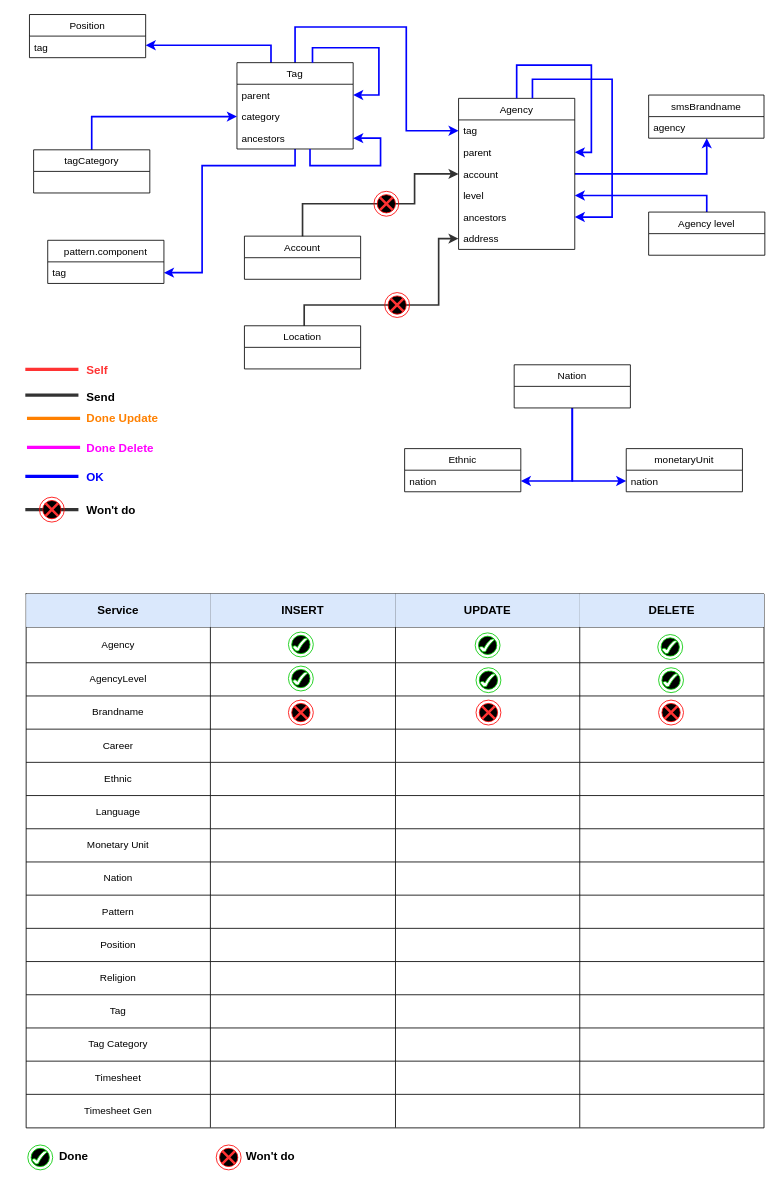
mitgaming/drawio keeps this draw.io diagram as directory.drawio. Above is the earlier version. Source tidied: cells renumbered, new cells numbered last; positions are measured from the earlier drawing's top-left corner, leaving out a move shared by most shapes. Both pictures are drawn from the tidied source at 83%, with x=0, y=0 at pixel (14, 14).
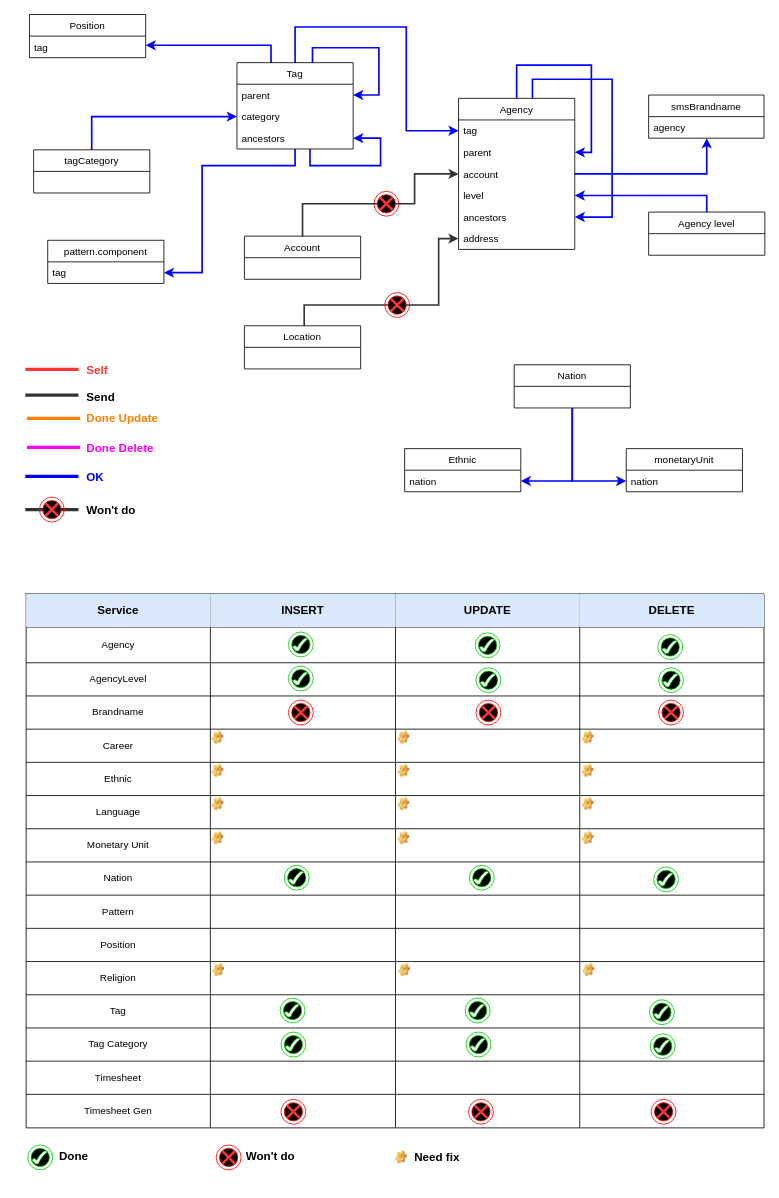
The same diagram, later.

Commit message (it also covers changes not shown here):
Cập nhật directory.drawio

Change to the diagram source:
```diff
@@
+    <mxCell id="211" style="group;" parent="1" vertex="1">
+      <mxGeometry x="309" y="1009" width="62" height="62" as="geometry" />
+    </mxCell>
+    <mxCell id="212" style="whiteSpace=wrap;html=1;fontSize=14;strokeColor=none;fillColor=none;" parent="211" vertex="1">
+      <mxGeometry width="62" height="62" as="geometry" />
+    </mxCell>
+    <mxCell id="213" style="group;" parent="211" vertex="1">
+      <mxGeometry x="16" y="16" width="30" height="30" as="geometry" />
+    </mxCell>
+    <mxCell id="214" style="group;" parent="213" vertex="1">
+      <mxGeometry width="30" height="30" as="geometry" />
+    </mxCell>
+    <mxCell id="215" style="ellipse;html=1;shape=endState;fillColor=#000000;fontColor=#FF00FF;align=left;strokeColor=#00CC00;" parent="214" vertex="1">
+      <mxGeometry width="30" height="30" as="geometry" />
+    </mxCell>
+    <mxCell id="216" style="verticalLabelPosition=bottom;verticalAlign=top;html=1;shape=mxgraph.basic.tick;strokeColor=#00CC00;fillColor=#FFFFFF;fontSize=14;" parent="214" vertex="1">
+      <mxGeometry x="5" y="7.2" width="18.2" height="15.8" as="geometry" />
+    </mxCell>
+    <mxCell id="217" style="group;" parent="1" vertex="1">
+      <mxGeometry x="532" y="1009" width="62" height="62" as="geometry" />
+    </mxCell>
+    <mxCell id="218" style="whiteSpace=wrap;html=1;fontSize=14;strokeColor=none;fillColor=none;" parent="217" vertex="1">
+      <mxGeometry width="62" height="62" as="geometry" />
+    </mxCell>
+    <mxCell id="219" style="group;" parent="217" vertex="1">
+      <mxGeometry x="16" y="16" width="30" height="30" as="geometry" />
+    </mxCell>
+    <mxCell id="220" style="group;" parent="219" vertex="1">
+      <mxGeometry width="30" height="30" as="geometry" />
+    </mxCell>
+    <mxCell id="221" style="ellipse;html=1;shape=endState;fillColor=#000000;fontColor=#FF00FF;align=left;strokeColor=#00CC00;" parent="220" vertex="1">
+      <mxGeometry width="30" height="30" as="geometry" />
+    </mxCell>
+    <mxCell id="222" style="verticalLabelPosition=bottom;verticalAlign=top;html=1;shape=mxgraph.basic.tick;strokeColor=#00CC00;fillColor=#FFFFFF;fontSize=14;" parent="220" vertex="1">
+      <mxGeometry x="5" y="7.2" width="18.2" height="15.8" as="geometry" />
+    </mxCell>
+    <mxCell id="223" style="group;" parent="1" vertex="1">
+      <mxGeometry x="754" y="1011" width="62" height="62" as="geometry" />
+    </mxCell>
+    <mxCell id="224" style="whiteSpace=wrap;html=1;fontSize=14;strokeColor=none;fillColor=none;" parent="223" vertex="1">
+      <mxGeometry width="62" height="62" as="geometry" />
+    </mxCell>
+    <mxCell id="225" style="group;" parent="223" vertex="1">
+      <mxGeometry x="16" y="16" width="30" height="30" as="geometry" />
+    </mxCell>
+    <mxCell id="226" style="group;" parent="225" vertex="1">
+      <mxGeometry width="30" height="30" as="geometry" />
+    </mxCell>
+    <mxCell id="227" style="ellipse;html=1;shape=endState;fillColor=#000000;fontColor=#FF00FF;align=left;strokeColor=#00CC00;" parent="226" vertex="1">
+      <mxGeometry width="30" height="30" as="geometry" />
+    </mxCell>
+    <mxCell id="228" style="verticalLabelPosition=bottom;verticalAlign=top;html=1;shape=mxgraph.basic.tick;strokeColor=#00CC00;fillColor=#FFFFFF;fontSize=14;" parent="226" vertex="1">
+      <mxGeometry x="5" y="7.2" width="18.2" height="15.8" as="geometry" />
+    </mxCell>
+    <mxCell id="229" style="shape=image;html=1;verticalLabelPosition=bottom;verticalAlign=top;imageAspect=1;image=img/clipart/Gear_128x128.png;strokeColor=#00CC00;fillColor=none;fontSize=14;" parent="1" vertex="1">
+      <mxGeometry x="238" y="863" width="14" height="16.4" as="geometry" />
+    </mxCell>
+    <mxCell id="230" style="shape=image;html=1;verticalLabelPosition=bottom;verticalAlign=top;imageAspect=1;image=img/clipart/Gear_128x128.png;strokeColor=#00CC00;fillColor=none;fontSize=14;" parent="1" vertex="1">
+      <mxGeometry x="462" y="863" width="14" height="16.4" as="geometry" />
+    </mxCell>
+    <mxCell id="231" style="shape=image;html=1;verticalLabelPosition=bottom;verticalAlign=top;imageAspect=1;image=img/clipart/Gear_128x128.png;strokeColor=#00CC00;fillColor=none;fontSize=14;" parent="1" vertex="1">
+      <mxGeometry x="684" y="863" width="14" height="16.4" as="geometry" />
+    </mxCell>
+    <mxCell id="232" style="shape=image;html=1;verticalLabelPosition=bottom;verticalAlign=top;imageAspect=1;image=img/clipart/Gear_128x128.png;strokeColor=#00CC00;fillColor=none;fontSize=14;" parent="1" vertex="1">
+      <mxGeometry x="684" y="903" width="14" height="16.4" as="geometry" />
+    </mxCell>
+    <mxCell id="233" style="shape=image;html=1;verticalLabelPosition=bottom;verticalAlign=top;imageAspect=1;image=img/clipart/Gear_128x128.png;strokeColor=#00CC00;fillColor=none;fontSize=14;" parent="1" vertex="1">
+      <mxGeometry x="462" y="903" width="14" height="16.4" as="geometry" />
+    </mxCell>
+    <mxCell id="234" style="shape=image;html=1;verticalLabelPosition=bottom;verticalAlign=top;imageAspect=1;image=img/clipart/Gear_128x128.png;strokeColor=#00CC00;fillColor=none;fontSize=14;" parent="1" vertex="1">
+      <mxGeometry x="238" y="903" width="14" height="16.4" as="geometry" />
+    </mxCell>
+    <mxCell id="235" style="shape=image;html=1;verticalLabelPosition=bottom;verticalAlign=top;imageAspect=1;image=img/clipart/Gear_128x128.png;strokeColor=#00CC00;fillColor=none;fontSize=14;" parent="1" vertex="1">
+      <mxGeometry x="684" y="943" width="14" height="16.4" as="geometry" />
+    </mxCell>
+    <mxCell id="236" style="shape=image;html=1;verticalLabelPosition=bottom;verticalAlign=top;imageAspect=1;image=img/clipart/Gear_128x128.png;strokeColor=#00CC00;fillColor=none;fontSize=14;" parent="1" vertex="1">
+      <mxGeometry x="462" y="943" width="14" height="16.4" as="geometry" />
+    </mxCell>
+    <mxCell id="237" style="shape=image;html=1;verticalLabelPosition=bottom;verticalAlign=top;imageAspect=1;image=img/clipart/Gear_128x128.png;strokeColor=#00CC00;fillColor=none;fontSize=14;" parent="1" vertex="1">
+      <mxGeometry x="238" y="943" width="14" height="16.4" as="geometry" />
+    </mxCell>
+    <mxCell id="238" style="shape=image;html=1;verticalLabelPosition=bottom;verticalAlign=top;imageAspect=1;image=img/clipart/Gear_128x128.png;strokeColor=#00CC00;fillColor=none;fontSize=14;" parent="1" vertex="1">
+      <mxGeometry x="684" y="984" width="14" height="16.4" as="geometry" />
+    </mxCell>
+    <mxCell id="239" style="shape=image;html=1;verticalLabelPosition=bottom;verticalAlign=top;imageAspect=1;image=img/clipart/Gear_128x128.png;strokeColor=#00CC00;fillColor=none;fontSize=14;" parent="1" vertex="1">
+      <mxGeometry x="462" y="984" width="14" height="16.4" as="geometry" />
+    </mxCell>
+    <mxCell id="240" style="shape=image;html=1;verticalLabelPosition=bottom;verticalAlign=top;imageAspect=1;image=img/clipart/Gear_128x128.png;strokeColor=#00CC00;fillColor=none;fontSize=14;" parent="1" vertex="1">
+      <mxGeometry x="238" y="984" width="14" height="16.4" as="geometry" />
+    </mxCell>
+    <mxCell id="241" style="group;" parent="1" vertex="1">
+      <mxGeometry x="304" y="1169" width="62" height="62" as="geometry" />
+    </mxCell>
+    <mxCell id="242" style="whiteSpace=wrap;html=1;fontSize=14;strokeColor=none;fillColor=none;" parent="241" vertex="1">
+      <mxGeometry width="62" height="62" as="geometry" />
+    </mxCell>
+    <mxCell id="243" style="group;" parent="241" vertex="1">
+      <mxGeometry x="16" y="16" width="30" height="30" as="geometry" />
+    </mxCell>
+    <mxCell id="244" style="group;" parent="243" vertex="1">
+      <mxGeometry width="30" height="30" as="geometry" />
+    </mxCell>
+    <mxCell id="245" style="ellipse;html=1;shape=endState;fillColor=#000000;fontColor=#FF00FF;align=left;strokeColor=#00CC00;" parent="244" vertex="1">
+      <mxGeometry width="30" height="30" as="geometry" />
+    </mxCell>
+    <mxCell id="246" style="verticalLabelPosition=bottom;verticalAlign=top;html=1;shape=mxgraph.basic.tick;strokeColor=#00CC00;fillColor=#FFFFFF;fontSize=14;" parent="244" vertex="1">
+      <mxGeometry x="5" y="7.2" width="18.2" height="15.8" as="geometry" />
+    </mxCell>
+    <mxCell id="247" style="group;" parent="1" vertex="1">
+      <mxGeometry x="527" y="1169" width="62" height="62" as="geometry" />
+    </mxCell>
+    <mxCell id="248" style="whiteSpace=wrap;html=1;fontSize=14;strokeColor=none;fillColor=none;" parent="247" vertex="1">
+      <mxGeometry width="62" height="62" as="geometry" />
+    </mxCell>
+    <mxCell id="249" style="group;" parent="247" vertex="1">
+      <mxGeometry x="16" y="16" width="30" height="30" as="geometry" />
+    </mxCell>
+    <mxCell id="250" style="group;" parent="249" vertex="1">
+      <mxGeometry width="30" height="30" as="geometry" />
+    </mxCell>
+    <mxCell id="251" style="ellipse;html=1;shape=endState;fillColor=#000000;fontColor=#FF00FF;align=left;strokeColor=#00CC00;" parent="250" vertex="1">
+      <mxGeometry width="30" height="30" as="geometry" />
+    </mxCell>
+    <mxCell id="252" style="verticalLabelPosition=bottom;verticalAlign=top;html=1;shape=mxgraph.basic.tick;strokeColor=#00CC00;fillColor=#FFFFFF;fontSize=14;" parent="250" vertex="1">
+      <mxGeometry x="5" y="7.2" width="18.2" height="15.8" as="geometry" />
+    </mxCell>
+    <mxCell id="253" style="group;" parent="1" vertex="1">
+      <mxGeometry x="749" y="1171" width="62" height="62" as="geometry" />
+    </mxCell>
+    <mxCell id="254" style="whiteSpace=wrap;html=1;fontSize=14;strokeColor=none;fillColor=none;" parent="253" vertex="1">
+      <mxGeometry width="62" height="62" as="geometry" />
+    </mxCell>
+    <mxCell id="255" style="group;" parent="253" vertex="1">
+      <mxGeometry x="16" y="16" width="30" height="30" as="geometry" />
+    </mxCell>
+    <mxCell id="256" style="group;" parent="255" vertex="1">
+      <mxGeometry width="30" height="30" as="geometry" />
+    </mxCell>
+    <mxCell id="257" style="ellipse;html=1;shape=endState;fillColor=#000000;fontColor=#FF00FF;align=left;strokeColor=#00CC00;" parent="256" vertex="1">
+      <mxGeometry width="30" height="30" as="geometry" />
+    </mxCell>
+    <mxCell id="258" style="verticalLabelPosition=bottom;verticalAlign=top;html=1;shape=mxgraph.basic.tick;strokeColor=#00CC00;fillColor=#FFFFFF;fontSize=14;" parent="256" vertex="1">
+      <mxGeometry x="5" y="7.2" width="18.2" height="15.8" as="geometry" />
+    </mxCell>
+    <mxCell id="259" style="group;" parent="1" vertex="1">
+      <mxGeometry x="305" y="1210" width="62" height="62" as="geometry" />
+    </mxCell>
+    <mxCell id="260" style="whiteSpace=wrap;html=1;fontSize=14;strokeColor=none;fillColor=none;" parent="259" vertex="1">
+      <mxGeometry width="62" height="62" as="geometry" />
+    </mxCell>
+    <mxCell id="261" style="group;" parent="259" vertex="1">
+      <mxGeometry x="16" y="16" width="30" height="30" as="geometry" />
+    </mxCell>
+    <mxCell id="262" style="group;" parent="261" vertex="1">
+      <mxGeometry width="30" height="30" as="geometry" />
+    </mxCell>
+    <mxCell id="263" style="ellipse;html=1;shape=endState;fillColor=#000000;fontColor=#FF00FF;align=left;strokeColor=#00CC00;" parent="262" vertex="1">
+      <mxGeometry width="30" height="30" as="geometry" />
+    </mxCell>
+    <mxCell id="264" style="verticalLabelPosition=bottom;verticalAlign=top;html=1;shape=mxgraph.basic.tick;strokeColor=#00CC00;fillColor=#FFFFFF;fontSize=14;" parent="262" vertex="1">
+      <mxGeometry x="5" y="7.2" width="18.2" height="15.8" as="geometry" />
+    </mxCell>
+    <mxCell id="265" style="group;" parent="1" vertex="1">
+      <mxGeometry x="528" y="1210" width="62" height="62" as="geometry" />
+    </mxCell>
+    <mxCell id="266" style="whiteSpace=wrap;html=1;fontSize=14;strokeColor=none;fillColor=none;" parent="265" vertex="1">
+      <mxGeometry width="62" height="62" as="geometry" />
+    </mxCell>
+    <mxCell id="267" style="group;" parent="265" vertex="1">
+      <mxGeometry x="16" y="16" width="30" height="30" as="geometry" />
+    </mxCell>
+    <mxCell id="268" style="group;" parent="267" vertex="1">
+      <mxGeometry width="30" height="30" as="geometry" />
+    </mxCell>
+    <mxCell id="269" style="ellipse;html=1;shape=endState;fillColor=#000000;fontColor=#FF00FF;align=left;strokeColor=#00CC00;" parent="268" vertex="1">
+      <mxGeometry width="30" height="30" as="geometry" />
+    </mxCell>
+    <mxCell id="270" style="verticalLabelPosition=bottom;verticalAlign=top;html=1;shape=mxgraph.basic.tick;strokeColor=#00CC00;fillColor=#FFFFFF;fontSize=14;" parent="268" vertex="1">
+      <mxGeometry x="5" y="7.2" width="18.2" height="15.8" as="geometry" />
+    </mxCell>
+    <mxCell id="271" style="group;" parent="1" vertex="1">
+      <mxGeometry x="750" y="1212" width="62" height="62" as="geometry" />
+    </mxCell>
+    <mxCell id="272" style="whiteSpace=wrap;html=1;fontSize=14;strokeColor=none;fillColor=none;" parent="271" vertex="1">
+      <mxGeometry width="62" height="62" as="geometry" />
+    </mxCell>
+    <mxCell id="273" style="group;" parent="271" vertex="1">
+      <mxGeometry x="16" y="16" width="30" height="30" as="geometry" />
+    </mxCell>
+    <mxCell id="274" style="group;" parent="273" vertex="1">
+      <mxGeometry width="30" height="30" as="geometry" />
+    </mxCell>
+    <mxCell id="275" style="ellipse;html=1;shape=endState;fillColor=#000000;fontColor=#FF00FF;align=left;strokeColor=#00CC00;" parent="274" vertex="1">
+      <mxGeometry width="30" height="30" as="geometry" />
+    </mxCell>
+    <mxCell id="276" style="verticalLabelPosition=bottom;verticalAlign=top;html=1;shape=mxgraph.basic.tick;strokeColor=#00CC00;fillColor=#FFFFFF;fontSize=14;" parent="274" vertex="1">
+      <mxGeometry x="5" y="7.2" width="18.2" height="15.8" as="geometry" />
+    </mxCell>
+    <mxCell id="277" style="shape=image;html=1;verticalLabelPosition=bottom;verticalAlign=top;imageAspect=1;image=img/clipart/Gear_128x128.png;strokeColor=#00CC00;fillColor=none;fontSize=14;" parent="1" vertex="1">
+      <mxGeometry x="459" y="1368.8" width="14" height="16.4" as="geometry" />
+    </mxCell>
+    <mxCell id="278" value="&lt;span style=&quot;font-size: 14px&quot;&gt;&lt;b&gt;Need fix&lt;/b&gt;&lt;/span&gt;" style="text;html=1;align=left;verticalAlign=middle;" parent="1" vertex="1">
+      <mxGeometry x="480" y="1367.5" width="64" height="19" as="geometry" />
+    </mxCell>
+    <mxCell id="279" style="group;" parent="1" vertex="1">
+      <mxGeometry x="321" y="1307" width="46" height="46" as="geometry" />
+    </mxCell>
+    <mxCell id="280" style="group;" parent="279" vertex="1">
+      <mxGeometry width="46" height="46" as="geometry" />
+    </mxCell>
+    <mxCell id="281" style="ellipse;html=1;shape=endState;fillColor=#000000;strokeColor=#ff0000;fontColor=#FF00FF;align=left;" parent="280" vertex="1">
+      <mxGeometry width="30" height="30" as="geometry" />
+    </mxCell>
+    <mxCell id="282" style="shape=umlDestroy;whiteSpace=wrap;html=1;strokeWidth=3;fontColor=#FF00FF;align=left;strokeColor=#FF3333;" parent="280" vertex="1">
+      <mxGeometry x="7.2" y="7.2" width="15.5" height="15.5" as="geometry" />
+    </mxCell>
+    <mxCell id="283" style="whiteSpace=wrap;html=1;fontSize=14;strokeColor=none;fillColor=none;" parent="280" vertex="1">
+      <mxGeometry x="-16" y="-16" width="62" height="62" as="geometry" />
+    </mxCell>
+    <mxCell id="284" style="group;" parent="1" vertex="1">
+      <mxGeometry x="547" y="1307" width="46" height="46" as="geometry" />
+    </mxCell>
+    <mxCell id="285" style="group;" parent="284" vertex="1">
+      <mxGeometry width="46" height="46" as="geometry" />
+    </mxCell>
+    <mxCell id="286" style="ellipse;html=1;shape=endState;fillColor=#000000;strokeColor=#ff0000;fontColor=#FF00FF;align=left;" parent="285" vertex="1">
+      <mxGeometry width="30" height="30" as="geometry" />
+    </mxCell>
+    <mxCell id="287" style="shape=umlDestroy;whiteSpace=wrap;html=1;strokeWidth=3;fontColor=#FF00FF;align=left;strokeColor=#FF3333;" parent="285" vertex="1">
+      <mxGeometry x="7.2" y="7.2" width="15.5" height="15.5" as="geometry" />
+    </mxCell>
+    <mxCell id="288" style="whiteSpace=wrap;html=1;fontSize=14;strokeColor=none;fillColor=none;" parent="285" vertex="1">
+      <mxGeometry x="-16" y="-16" width="62" height="62" as="geometry" />
+    </mxCell>
+    <mxCell id="289" style="group;" parent="1" vertex="1">
+      <mxGeometry x="767" y="1307" width="46" height="46" as="geometry" />
+    </mxCell>
+    <mxCell id="290" style="group;" parent="289" vertex="1">
+      <mxGeometry width="46" height="46" as="geometry" />
+    </mxCell>
+    <mxCell id="291" style="ellipse;html=1;shape=endState;fillColor=#000000;strokeColor=#ff0000;fontColor=#FF00FF;align=left;" parent="290" vertex="1">
+      <mxGeometry width="30" height="30" as="geometry" />
+    </mxCell>
+    <mxCell id="292" style="shape=umlDestroy;whiteSpace=wrap;html=1;strokeWidth=3;fontColor=#FF00FF;align=left;strokeColor=#FF3333;" parent="290" vertex="1">
+      <mxGeometry x="7.2" y="7.2" width="15.5" height="15.5" as="geometry" />
+    </mxCell>
+    <mxCell id="293" style="whiteSpace=wrap;html=1;fontSize=14;strokeColor=none;fillColor=none;" parent="290" vertex="1">
+      <mxGeometry x="-16" y="-16" width="62" height="62" as="geometry" />
+    </mxCell>
+    <mxCell id="294" style="shape=image;html=1;verticalLabelPosition=bottom;verticalAlign=top;imageAspect=1;image=img/clipart/Gear_128x128.png;strokeColor=#00CC00;fillColor=none;fontSize=14;" parent="1" vertex="1">
+      <mxGeometry x="239" y="1143" width="14" height="16.4" as="geometry" />
+    </mxCell>
+    <mxCell id="295" style="shape=image;html=1;verticalLabelPosition=bottom;verticalAlign=top;imageAspect=1;image=img/clipart/Gear_128x128.png;strokeColor=#00CC00;fillColor=none;fontSize=14;" parent="1" vertex="1">
+      <mxGeometry x="463" y="1143" width="14" height="16.4" as="geometry" />
+    </mxCell>
+    <mxCell id="296" style="shape=image;html=1;verticalLabelPosition=bottom;verticalAlign=top;imageAspect=1;image=img/clipart/Gear_128x128.png;strokeColor=#00CC00;fillColor=none;fontSize=14;" parent="1" vertex="1">
+      <mxGeometry x="685" y="1143" width="14" height="16.4" as="geometry" />
+    </mxCell>
```
